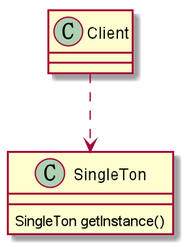
Earlier version of the PlantUML export design/单例模式.png (FameLsy/Images). Its diagram source:
```plantuml
@startuml
Class SingleTon{
    SingleTon getInstance()
}

Class Client
Client..>SingleTon
@enduml
```
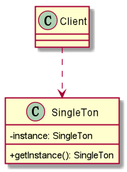
After the change.

What changed in the source:
```diff
@@ -1,6 +1,8 @@
 @startuml
+skinparam classAttributeIconSize 0
 Class SingleTon{
-    SingleTon getInstance()
+    - instance: SingleTon
+    + getInstance(): SingleTon
 }
 
 Class Client
```
